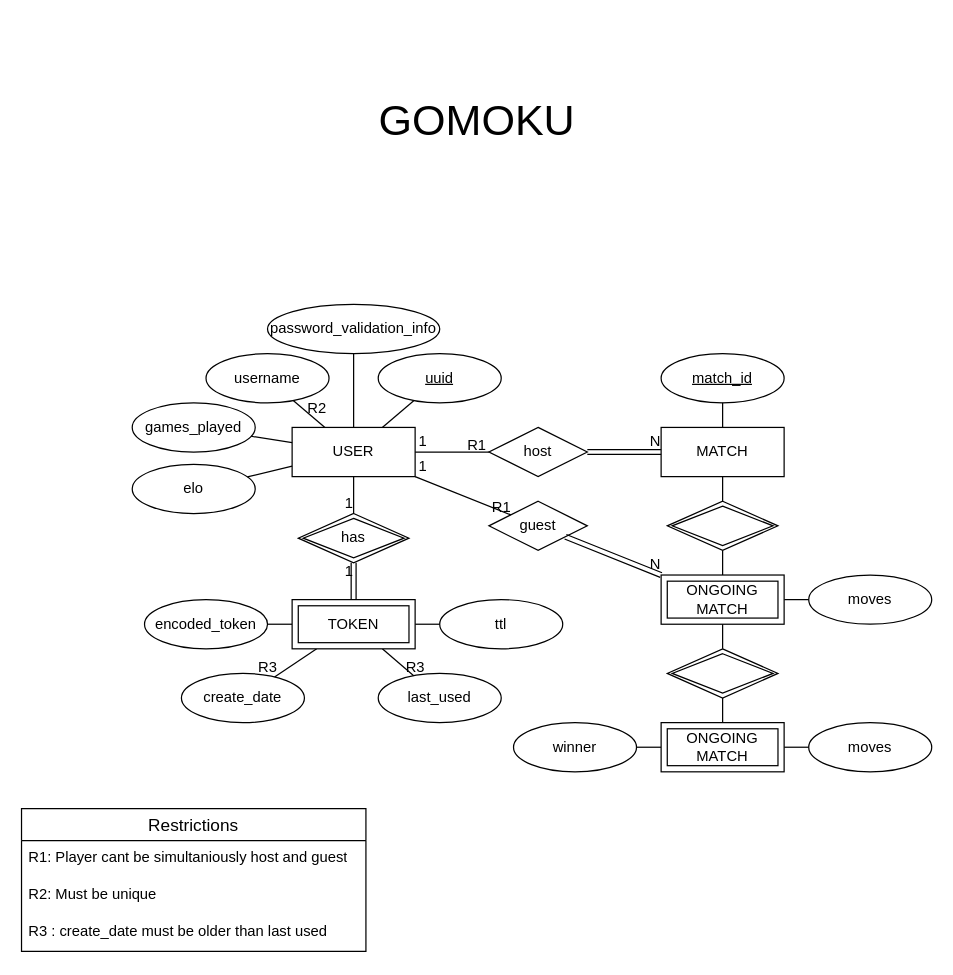
Before: docs/EA_Model/EA_Model.drawio in ISEL-STRESSES/Gomoku-Web, a draw.io diagram. Source tidied: cells renumbered, new cells numbered last; positions are measured from the earlier drawing's top-left corner, leaving out a move shared by most shapes. Both pictures are drawn from the tidied source at 123%, with x=0, y=0 at pixel (21, 82).
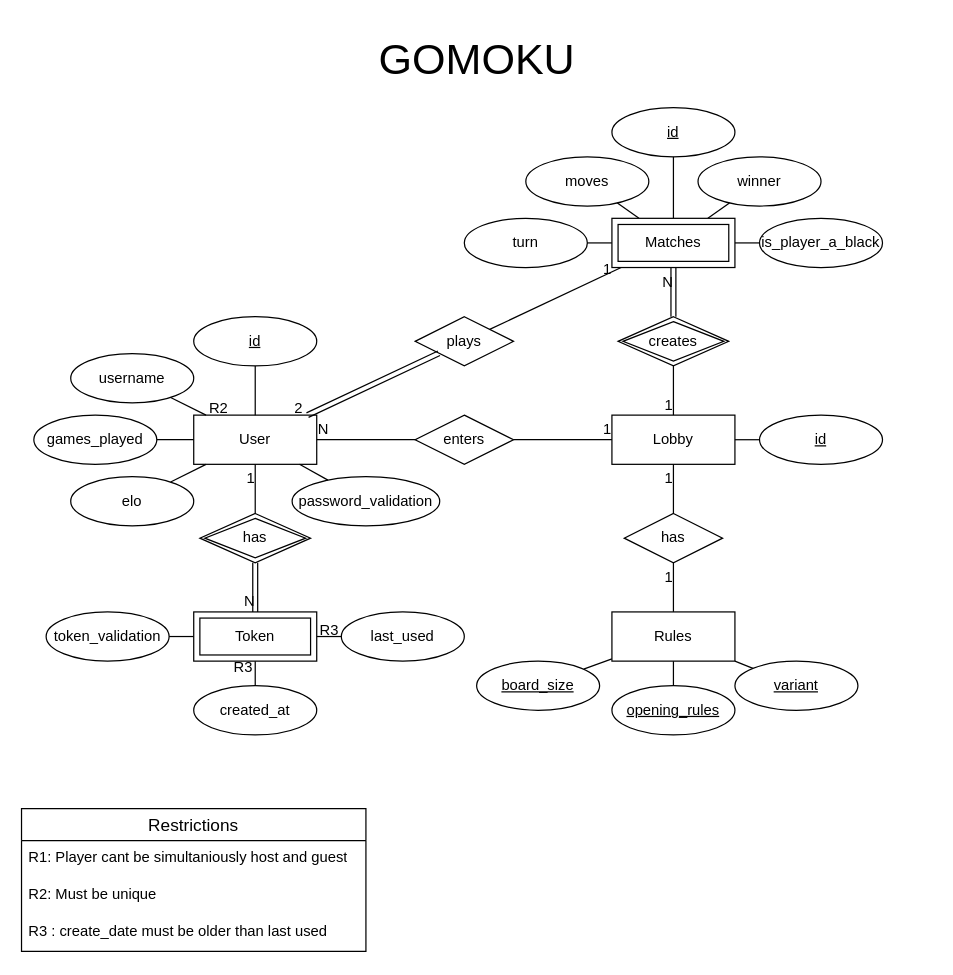
The same page after the edit.

Unchanged cells that the change refers to:
```xml
<mxCell id="43" style="endArrow=none;html=1;rounded=0;" parent="1" edge="1" source="39" target="7">
  <mxGeometry relative="1" as="geometry" />
</mxCell>
```

What changed in the source:
```diff
@@
     <mxCell id="6" value="GOMOKU" style="text;html=1;align=center;verticalAlign=middle;strokeColor=none;fillColor=none;fontSize=35;" parent="1" vertex="1">
-      <mxGeometry x="280" width="180" height="60" as="geometry" />
+      <mxGeometry x="280" y="-50" width="180" height="60" as="geometry" />
     </mxCell>
-    <mxCell id="7" value="USER" style="whiteSpace=wrap;html=1;align=center;" parent="1" vertex="1">
-      <mxGeometry x="220" y="280" width="100" height="40" as="geometry" />
+    <mxCell id="7" value="User" style="whiteSpace=wrap;html=1;align=center;" parent="1" vertex="1">
+      <mxGeometry x="140" y="270" width="100" height="40" as="geometry" />
     </mxCell>
     <mxCell id="8" value="username" style="ellipse;whiteSpace=wrap;html=1;align=center;" parent="1" vertex="1">
-      <mxGeometry x="150" y="220" width="100" height="40" as="geometry" />
+      <mxGeometry x="40" y="220" width="100" height="40" as="geometry" />
     </mxCell>
-    <mxCell id="9" value="uuid" style="ellipse;whiteSpace=wrap;html=1;align=center;fontStyle=4;" parent="1" vertex="1">
-      <mxGeometry x="290" y="220" width="100" height="40" as="geometry" />
+    <mxCell id="9" value="id" style="ellipse;whiteSpace=wrap;html=1;align=center;fontStyle=4;" parent="1" vertex="1">
+      <mxGeometry x="140" y="190" width="100" height="40" as="geometry" />
     </mxCell>
-    <mxCell id="10" value="MATCH" style="whiteSpace=wrap;html=1;align=center;" parent="1" vertex="1">
-      <mxGeometry x="520" y="280" width="100" height="40" as="geometry" />
-    </mxCell>
     <mxCell id="11" value="moves" style="ellipse;whiteSpace=wrap;html=1;align=center;" parent="1" vertex="1">
-      <mxGeometry x="640" y="400" width="100" height="40" as="geometry" />
+      <mxGeometry x="410" y="60" width="100" height="40" as="geometry" />
     </mxCell>
-    <mxCell id="12" value="match_id" style="ellipse;whiteSpace=wrap;html=1;align=center;fontStyle=4;" parent="1" vertex="1">
-      <mxGeometry x="520" y="220" width="100" height="40" as="geometry" />
+    <mxCell id="12" value="id" style="ellipse;whiteSpace=wrap;html=1;align=center;fontStyle=4;" parent="1" vertex="1">
+      <mxGeometry x="480" y="20" width="100" height="40" as="geometry" />
     </mxCell>
-    <mxCell id="13" style="endArrow=none;html=1;rounded=0;" parent="1" edge="1" source="12" target="10">
+    <mxCell id="13" style="endArrow=none;html=1;rounded=0;" parent="1" edge="1" source="12" target="96">
       <mxGeometry relative="1" as="geometry" />
     </mxCell>
-    <mxCell id="14" style="endArrow=none;html=1;rounded=0;" parent="1" edge="1" source="55" target="11">
+    <mxCell id="14" style="endArrow=none;html=1;rounded=0;" parent="1" edge="1" source="96" target="11">
       <mxGeometry relative="1" as="geometry" />
     </mxCell>
@@
     <mxCell id="17" value="elo" style="ellipse;whiteSpace=wrap;html=1;align=center;" parent="1" vertex="1">
-      <mxGeometry x="90" y="310" width="100" height="40" as="geometry" />
+      <mxGeometry x="40" y="320" width="100" height="40" as="geometry" />
     </mxCell>
-    <mxCell id="18" value="password_validation_info" style="ellipse;whiteSpace=wrap;html=1;align=center;" parent="1" vertex="1">
-      <mxGeometry x="200" y="180" width="140" height="40" as="geometry" />
+    <mxCell id="18" value="password_validation" style="ellipse;whiteSpace=wrap;html=1;align=center;" parent="1" vertex="1">
+      <mxGeometry x="220" y="320" width="120" height="40" as="geometry" />
     </mxCell>
-    <mxCell id="19" value="encoded_token" style="ellipse;whiteSpace=wrap;html=1;align=center;" parent="1" vertex="1">
-      <mxGeometry x="100" y="420" width="100" height="40" as="geometry" />
+    <mxCell id="19" value="token_validation" style="ellipse;whiteSpace=wrap;html=1;align=center;" parent="1" vertex="1">
+      <mxGeometry x="20" y="430" width="100" height="40" as="geometry" />
     </mxCell>
@@
-    <mxCell id="21" value="host" style="shape=rhombus;perimeter=rhombusPerimeter;whiteSpace=wrap;html=1;align=center;" parent="1" vertex="1">
-      <mxGeometry x="380" y="280" width="80" height="40" as="geometry" />
+    <mxCell id="21" value="enters" style="shape=rhombus;perimeter=rhombusPerimeter;whiteSpace=wrap;html=1;align=center;" parent="1" vertex="1">
+      <mxGeometry x="320" y="270" width="80" height="40" as="geometry" />
     </mxCell>
-    <mxCell id="22" value="guest" style="shape=rhombus;perimeter=rhombusPerimeter;whiteSpace=wrap;html=1;align=center;" parent="1" vertex="1">
-      <mxGeometry x="380" y="340" width="80" height="40" as="geometry" />
-    </mxCell>
-    <mxCell id="23" value="R1" style="text;html=1;align=center;verticalAlign=middle;strokeColor=none;fillColor=none;" parent="1" vertex="1">
-      <mxGeometry x="350" y="280" width="40" height="30" as="geometry" />
-    </mxCell>
-    <mxCell id="24" value="R1" style="text;html=1;align=center;verticalAlign=middle;strokeColor=none;fillColor=none;" parent="1" vertex="1">
-      <mxGeometry x="370" y="330" width="40" height="30" as="geometry" />
-    </mxCell>
     <mxCell id="25" value="winner" style="ellipse;whiteSpace=wrap;html=1;align=center;" parent="1" vertex="1">
-      <mxGeometry x="400" y="520" width="100" height="40" as="geometry" />
+      <mxGeometry x="550" y="60" width="100" height="40" as="geometry" />
     </mxCell>
-    <mxCell id="26" style="endArrow=none;html=1;rounded=0;" parent="1" edge="1" source="57" target="25">
+    <mxCell id="26" style="endArrow=none;html=1;rounded=0;" parent="1" edge="1" source="96" target="25">
       <mxGeometry relative="1" as="geometry" />
     </mxCell>
-    <mxCell id="27" style="endArrow=none;html=1;rounded=0;" parent="1" edge="1" source="51" target="10">
-      <mxGeometry relative="1" as="geometry" />
-    </mxCell>
     <mxCell id="28" value="games_played" style="ellipse;whiteSpace=wrap;html=1;align=center;" parent="1" vertex="1">
-      <mxGeometry x="90" y="260" width="100" height="40" as="geometry" />
+      <mxGeometry x="10" y="270" width="100" height="40" as="geometry" />
     </mxCell>
     <mxCell id="29" value="R2" style="text;html=1;align=center;verticalAlign=middle;strokeColor=none;fillColor=none;" parent="1" vertex="1">
-      <mxGeometry x="220" y="250" width="40" height="30" as="geometry" />
+      <mxGeometry x="140" y="250" width="40" height="30" as="geometry" />
     </mxCell>
-    <mxCell id="30" value="create_date" style="ellipse;whiteSpace=wrap;html=1;align=center;" parent="1" vertex="1">
-      <mxGeometry x="130" y="480" width="100" height="40" as="geometry" />
+    <mxCell id="30" value="created_at" style="ellipse;whiteSpace=wrap;html=1;align=center;" parent="1" vertex="1">
+      <mxGeometry x="140" y="490" width="100" height="40" as="geometry" />
     </mxCell>
     <mxCell id="31" value="last_used" style="ellipse;whiteSpace=wrap;html=1;align=center;" parent="1" vertex="1">
-      <mxGeometry x="290" y="480" width="100" height="40" as="geometry" />
+      <mxGeometry x="260" y="430" width="100" height="40" as="geometry" />
     </mxCell>
@@
     <mxCell id="34" value="R3" style="text;html=1;align=center;verticalAlign=middle;strokeColor=none;fillColor=none;" parent="1" vertex="1">
-      <mxGeometry x="180" y="460" width="40" height="30" as="geometry" />
+      <mxGeometry x="160" y="460" width="40" height="30" as="geometry" />
     </mxCell>
     <mxCell id="35" value="R3" style="text;html=1;align=center;verticalAlign=middle;strokeColor=none;fillColor=none;" parent="1" vertex="1">
-      <mxGeometry x="300" y="460" width="40" height="30" as="geometry" />
+      <mxGeometry x="230" y="430" width="40" height="30" as="geometry" />
     </mxCell>
-    <mxCell id="36" value="ttl" style="ellipse;whiteSpace=wrap;html=1;align=center;" parent="1" vertex="1">
-      <mxGeometry x="340" y="420" width="100" height="40" as="geometry" />
-    </mxCell>
-    <mxCell id="37" style="endArrow=none;html=1;rounded=0;" parent="1" edge="1" source="40" target="36">
-      <mxGeometry relative="1" as="geometry" />
-    </mxCell>
@@
     <mxCell id="39" value="has" style="shape=rhombus;double=1;perimeter=rhombusPerimeter;whiteSpace=wrap;html=1;align=center;" parent="1" vertex="1">
-      <mxGeometry x="225" y="350" width="90" height="40" as="geometry" />
+      <mxGeometry x="145" y="350" width="90" height="40" as="geometry" />
     </mxCell>
-    <mxCell id="40" value="TOKEN" style="shape=ext;margin=3;double=1;whiteSpace=wrap;html=1;align=center;" parent="1" vertex="1">
-      <mxGeometry x="220" y="420" width="100" height="40" as="geometry" />
+    <mxCell id="40" value="Token" style="shape=ext;margin=3;double=1;whiteSpace=wrap;html=1;align=center;" parent="1" vertex="1">
+      <mxGeometry x="140" y="430" width="100" height="40" as="geometry" />
     </mxCell>
-    <mxCell id="41" style="shape=link;html=1;rounded=0;" parent="1" edge="1" source="39" target="40">
-      <mxGeometry relative="1" as="geometry" />
-    </mxCell>
-    <mxCell id="42" value="1" style="html=1;align=right;verticalAlign=bottom;" parent="41" vertex="1">
-      <mxGeometry relative="1" as="geometry" />
-    </mxCell>
@@
     <mxCell id="44" value="1" style="html=1;align=right;verticalAlign=bottom;" parent="43" vertex="1">
-      <mxGeometry relative="1" as="geometry">
-        <mxPoint y="15" as="offset" />
-      </mxGeometry>
+      <mxGeometry relative="1" as="geometry" />
     </mxCell>
-    <mxCell id="45" style="endArrow=none;html=1;rounded=0;" parent="1" edge="1" source="21" target="7">
-      <mxGeometry relative="1" as="geometry" />
-    </mxCell>
-    <mxCell id="46" value="1" style="html=1;align=right;verticalAlign=bottom;" parent="45" vertex="1">
-      <mxGeometry relative="1" as="geometry">
-        <mxPoint x="-20" as="offset" />
-      </mxGeometry>
-    </mxCell>
-    <mxCell id="47" style="endArrow=none;html=1;rounded=0;" parent="1" edge="1" source="22" target="7">
-      <mxGeometry relative="1" as="geometry" />
-    </mxCell>
-    <mxCell id="48" value="1" style="html=1;align=right;verticalAlign=bottom;" parent="47" vertex="1">
-      <mxGeometry relative="1" as="geometry">
-        <mxPoint x="-29" y="-16" as="offset" />
-      </mxGeometry>
-    </mxCell>
-    <mxCell id="49" value="moves" style="ellipse;whiteSpace=wrap;html=1;align=center;" parent="1" vertex="1">
-      <mxGeometry x="640" y="520" width="100" height="40" as="geometry" />
-    </mxCell>
-    <mxCell id="50" style="endArrow=none;html=1;rounded=0;" parent="1" edge="1" source="57" target="49">
-      <mxGeometry relative="1" as="geometry" />
-    </mxCell>
-    <mxCell id="51" style="shape=rhombus;double=1;perimeter=rhombusPerimeter;whiteSpace=wrap;html=1;align=center;" parent="1" vertex="1">
-      <mxGeometry x="525" y="340" width="90" height="40" as="geometry" />
-    </mxCell>
-    <mxCell id="52" style="endArrow=none;html=1;rounded=0;" parent="1" edge="1" source="55" target="51">
-      <mxGeometry relative="1" as="geometry" />
-    </mxCell>
-    <mxCell id="53" style="shape=rhombus;double=1;perimeter=rhombusPerimeter;whiteSpace=wrap;html=1;align=center;" parent="1" vertex="1">
-      <mxGeometry x="525" y="460" width="90" height="40" as="geometry" />
-    </mxCell>
-    <mxCell id="54" style="endArrow=none;html=1;rounded=0;" parent="1" edge="1" source="57" target="53">
-      <mxGeometry relative="1" as="geometry" />
-    </mxCell>
-    <mxCell id="55" value="ONGOING MATCH" style="shape=ext;margin=3;double=1;whiteSpace=wrap;html=1;align=center;" parent="1" vertex="1">
-      <mxGeometry x="520" y="400" width="100" height="40" as="geometry" />
-    </mxCell>
-    <mxCell id="56" style="endArrow=none;html=1;rounded=0;" parent="1" edge="1" source="53" target="55">
-      <mxGeometry relative="1" as="geometry" />
-    </mxCell>
-    <mxCell id="57" value="ONGOING MATCH" style="shape=ext;margin=3;double=1;whiteSpace=wrap;html=1;align=center;" parent="1" vertex="1">
-      <mxGeometry x="520" y="520" width="100" height="40" as="geometry" />
-    </mxCell>
@@
-    <mxCell id="60" style="shape=link;html=1;rounded=0;" parent="1" edge="1" source="21" target="10">
-      <mxGeometry relative="1" as="geometry" />
-    </mxCell>
-    <mxCell id="61" value="N" style="html=1;align=right;verticalAlign=bottom;" parent="60" vertex="1">
-      <mxGeometry x="1" relative="1" as="geometry" />
-    </mxCell>
-    <mxCell id="62" style="shape=link;html=1;rounded=0;" parent="1" edge="1" source="22" target="55">
-      <mxGeometry relative="1" as="geometry" />
-    </mxCell>
-    <mxCell id="63" value="N" style="html=1;align=right;verticalAlign=bottom;" parent="62" vertex="1">
-      <mxGeometry x="1" relative="1" as="geometry" />
-    </mxCell>
+    <mxCell id="64" value="Lobby" style="whiteSpace=wrap;html=1;align=center;" parent="1" vertex="1">
+      <mxGeometry x="480" y="270" width="100" height="40" as="geometry" />
+    </mxCell>
+    <mxCell id="45" style="endArrow=none;html=1;rounded=0;" parent="1" edge="1" source="21" target="7">
+      <mxGeometry relative="1" as="geometry" />
+    </mxCell>
+    <mxCell id="65" value="N" style="html=1;align=right;verticalAlign=bottom;" parent="45" vertex="1">
+      <mxGeometry relative="1" as="geometry">
+        <mxPoint x="-30" as="offset" />
+      </mxGeometry>
+    </mxCell>
+    <mxCell id="66" value="id" style="ellipse;whiteSpace=wrap;html=1;align=center;fontStyle=4;" parent="1" vertex="1">
+      <mxGeometry x="600" y="270" width="100" height="40" as="geometry" />
+    </mxCell>
+    <mxCell id="67" style="endArrow=none;html=1;rounded=0;" parent="1" edge="1" source="64" target="66">
+      <mxGeometry relative="1" as="geometry" />
+    </mxCell>
+    <mxCell id="68" value="turn" style="ellipse;whiteSpace=wrap;html=1;align=center;" parent="1" vertex="1">
+      <mxGeometry x="360" y="110" width="100" height="40" as="geometry" />
+    </mxCell>
+    <mxCell id="69" style="endArrow=none;html=1;rounded=0;" parent="1" edge="1" source="96" target="68">
+      <mxGeometry relative="1" as="geometry" />
+    </mxCell>
+    <mxCell id="70" value="is_player_a_black" style="ellipse;whiteSpace=wrap;html=1;align=center;" parent="1" vertex="1">
+      <mxGeometry x="600" y="110" width="100" height="40" as="geometry" />
+    </mxCell>
+    <mxCell id="71" style="endArrow=none;html=1;rounded=0;" parent="1" edge="1" source="96" target="70">
+      <mxGeometry relative="1" as="geometry" />
+    </mxCell>
+    <mxCell id="72" style="endArrow=none;html=1;rounded=0;" parent="1" edge="1" source="81" target="94">
+      <mxGeometry relative="1" as="geometry" />
+    </mxCell>
+    <mxCell id="73" style="endArrow=none;html=1;rounded=0;" parent="1" edge="1" source="81" target="93">
+      <mxGeometry relative="1" as="geometry" />
+    </mxCell>
+    <mxCell id="74" style="endArrow=none;html=1;rounded=0;" parent="1" edge="1" source="81" target="95">
+      <mxGeometry relative="1" as="geometry" />
+    </mxCell>
+    <mxCell id="41" style="shape=link;html=1;rounded=0;" parent="1" edge="1" source="39" target="40">
+      <mxGeometry relative="1" as="geometry" />
+    </mxCell>
+    <mxCell id="75" value="N" style="html=1;align=right;verticalAlign=bottom;" parent="41" vertex="1">
+      <mxGeometry relative="1" as="geometry">
+        <mxPoint y="20" as="offset" />
+      </mxGeometry>
+    </mxCell>
+    <mxCell id="76" style="endArrow=none;html=1;rounded=0;" parent="1" edge="1" source="64" target="80">
+      <mxGeometry relative="1" as="geometry" />
+    </mxCell>
+    <mxCell id="77" value="1" style="html=1;align=right;verticalAlign=bottom;" parent="76" vertex="1">
+      <mxGeometry relative="1" as="geometry" />
+    </mxCell>
+    <mxCell id="78" style="endArrow=none;html=1;rounded=0;" parent="1" edge="1" source="80" target="81">
+      <mxGeometry relative="1" as="geometry" />
+    </mxCell>
+    <mxCell id="79" value="1" style="html=1;align=right;verticalAlign=bottom;" parent="78" vertex="1">
+      <mxGeometry relative="1" as="geometry" />
+    </mxCell>
+    <mxCell id="80" value="has" style="shape=rhombus;perimeter=rhombusPerimeter;whiteSpace=wrap;html=1;align=center;" parent="1" vertex="1">
+      <mxGeometry x="490" y="350" width="80" height="40" as="geometry" />
+    </mxCell>
+    <mxCell id="81" value="Rules" style="whiteSpace=wrap;html=1;align=center;" parent="1" vertex="1">
+      <mxGeometry x="480" y="430" width="100" height="40" as="geometry" />
+    </mxCell>
+    <mxCell id="82" value="plays" style="shape=rhombus;perimeter=rhombusPerimeter;whiteSpace=wrap;html=1;align=center;" parent="1" vertex="1">
+      <mxGeometry x="320" y="190" width="80" height="40" as="geometry" />
+    </mxCell>
+    <mxCell id="83" style="shape=link;html=1;rounded=0;" parent="1" edge="1" source="82" target="7">
+      <mxGeometry relative="1" as="geometry" />
+    </mxCell>
+    <mxCell id="84" value="2" style="text;html=1;align=center;verticalAlign=middle;strokeColor=none;fillColor=none;" parent="1" vertex="1">
+      <mxGeometry x="210" y="250" width="30" height="30" as="geometry" />
+    </mxCell>
+    <mxCell id="85" style="endArrow=none;html=1;rounded=0;" parent="1" edge="1" source="82" target="96">
+      <mxGeometry relative="1" as="geometry" />
+    </mxCell>
+    <mxCell id="86" value="1" style="html=1;align=right;verticalAlign=bottom;" parent="85" vertex="1">
+      <mxGeometry relative="1" as="geometry">
+        <mxPoint x="46" y="-15" as="offset" />
+      </mxGeometry>
+    </mxCell>
+    <mxCell id="87" style="endArrow=none;html=1;rounded=0;" parent="1" edge="1" source="97" target="64">
+      <mxGeometry relative="1" as="geometry" />
+    </mxCell>
+    <mxCell id="88" value="1" style="html=1;align=right;verticalAlign=bottom;" parent="87" vertex="1">
+      <mxGeometry relative="1" as="geometry">
+        <mxPoint y="20" as="offset" />
+      </mxGeometry>
+    </mxCell>
+    <mxCell id="89" style="shape=link;html=1;rounded=0;" parent="1" edge="1" source="97" target="96">
+      <mxGeometry relative="1" as="geometry" />
+    </mxCell>
+    <mxCell id="90" value="N" style="html=1;align=right;verticalAlign=bottom;" parent="89" vertex="1">
+      <mxGeometry relative="1" as="geometry" />
+    </mxCell>
+    <mxCell id="91" style="endArrow=none;html=1;rounded=0;" parent="1" edge="1" source="21" target="64">
+      <mxGeometry relative="1" as="geometry" />
+    </mxCell>
+    <mxCell id="92" value="1" style="html=1;align=right;verticalAlign=bottom;" parent="91" vertex="1">
+      <mxGeometry relative="1" as="geometry">
+        <mxPoint x="40" as="offset" />
+      </mxGeometry>
+    </mxCell>
+    <mxCell id="93" value="board_size" style="ellipse;whiteSpace=wrap;html=1;align=center;fontStyle=4;" parent="1" vertex="1">
+      <mxGeometry x="370" y="470" width="100" height="40" as="geometry" />
+    </mxCell>
+    <mxCell id="94" value="opening_rules" style="ellipse;whiteSpace=wrap;html=1;align=center;fontStyle=4;" parent="1" vertex="1">
+      <mxGeometry x="480" y="490" width="100" height="40" as="geometry" />
+    </mxCell>
+    <mxCell id="95" value="variant" style="ellipse;whiteSpace=wrap;html=1;align=center;fontStyle=4;" parent="1" vertex="1">
+      <mxGeometry x="580" y="470" width="100" height="40" as="geometry" />
+    </mxCell>
+    <mxCell id="96" value="Matches" style="shape=ext;margin=3;double=1;whiteSpace=wrap;html=1;align=center;" parent="1" vertex="1">
+      <mxGeometry x="480" y="110" width="100" height="40" as="geometry" />
+    </mxCell>
+    <mxCell id="97" value="creates" style="shape=rhombus;double=1;perimeter=rhombusPerimeter;whiteSpace=wrap;html=1;align=center;" parent="1" vertex="1">
+      <mxGeometry x="485" y="190" width="90" height="40" as="geometry" />
+    </mxCell>
```
